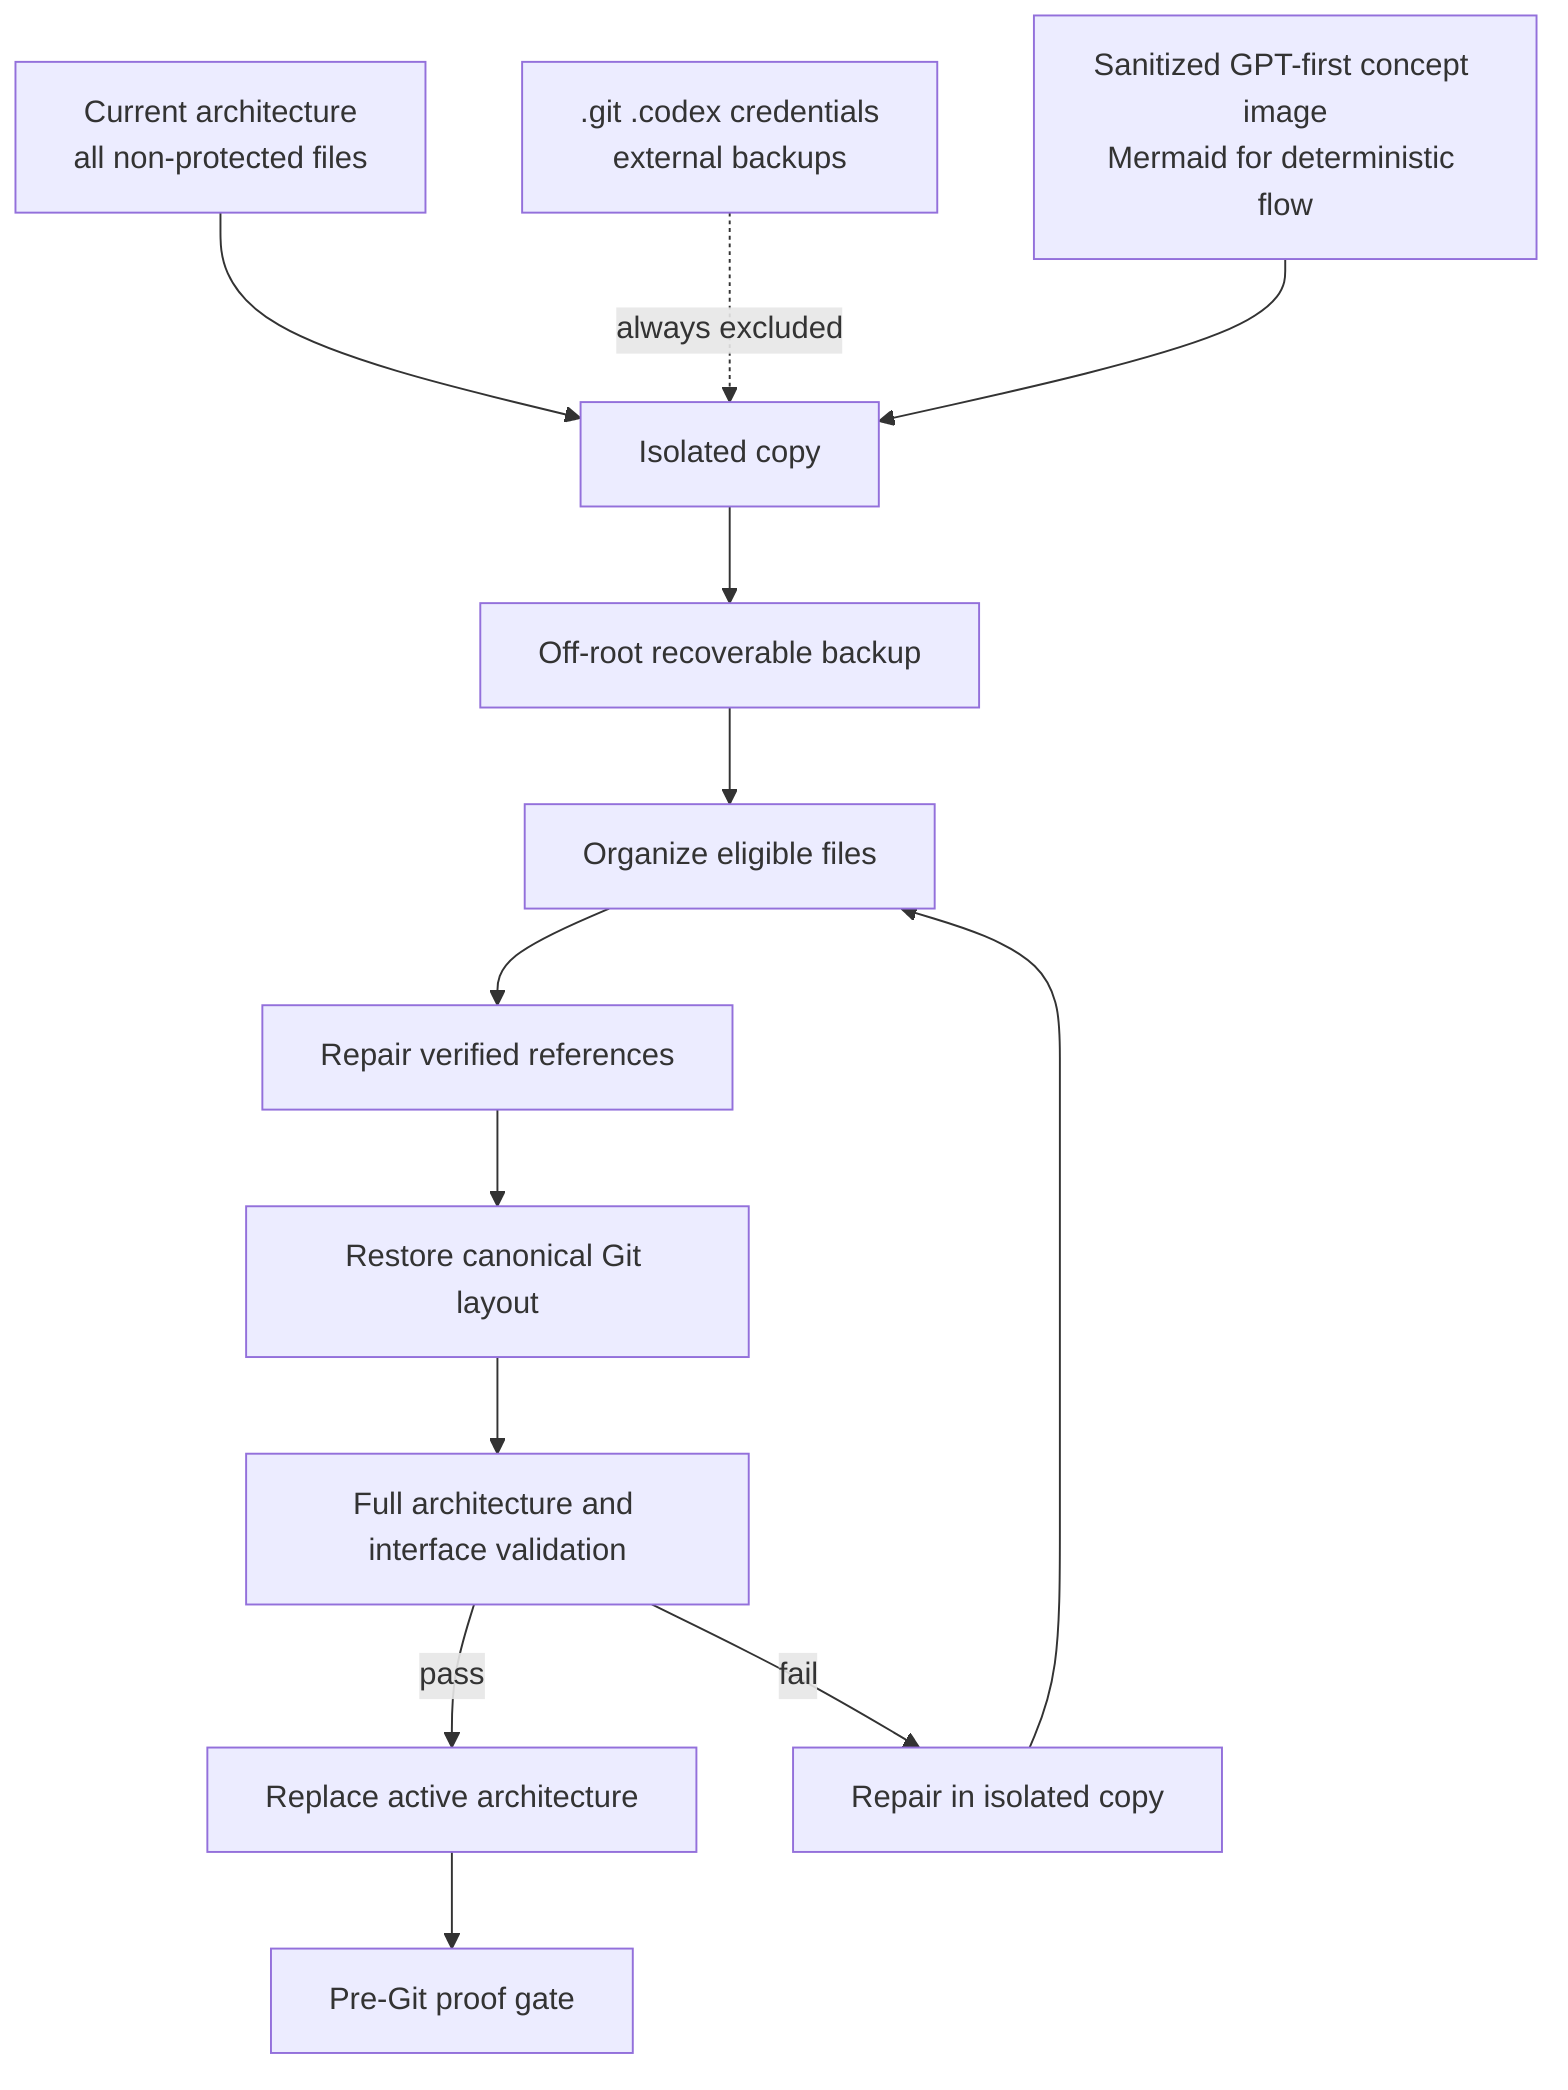
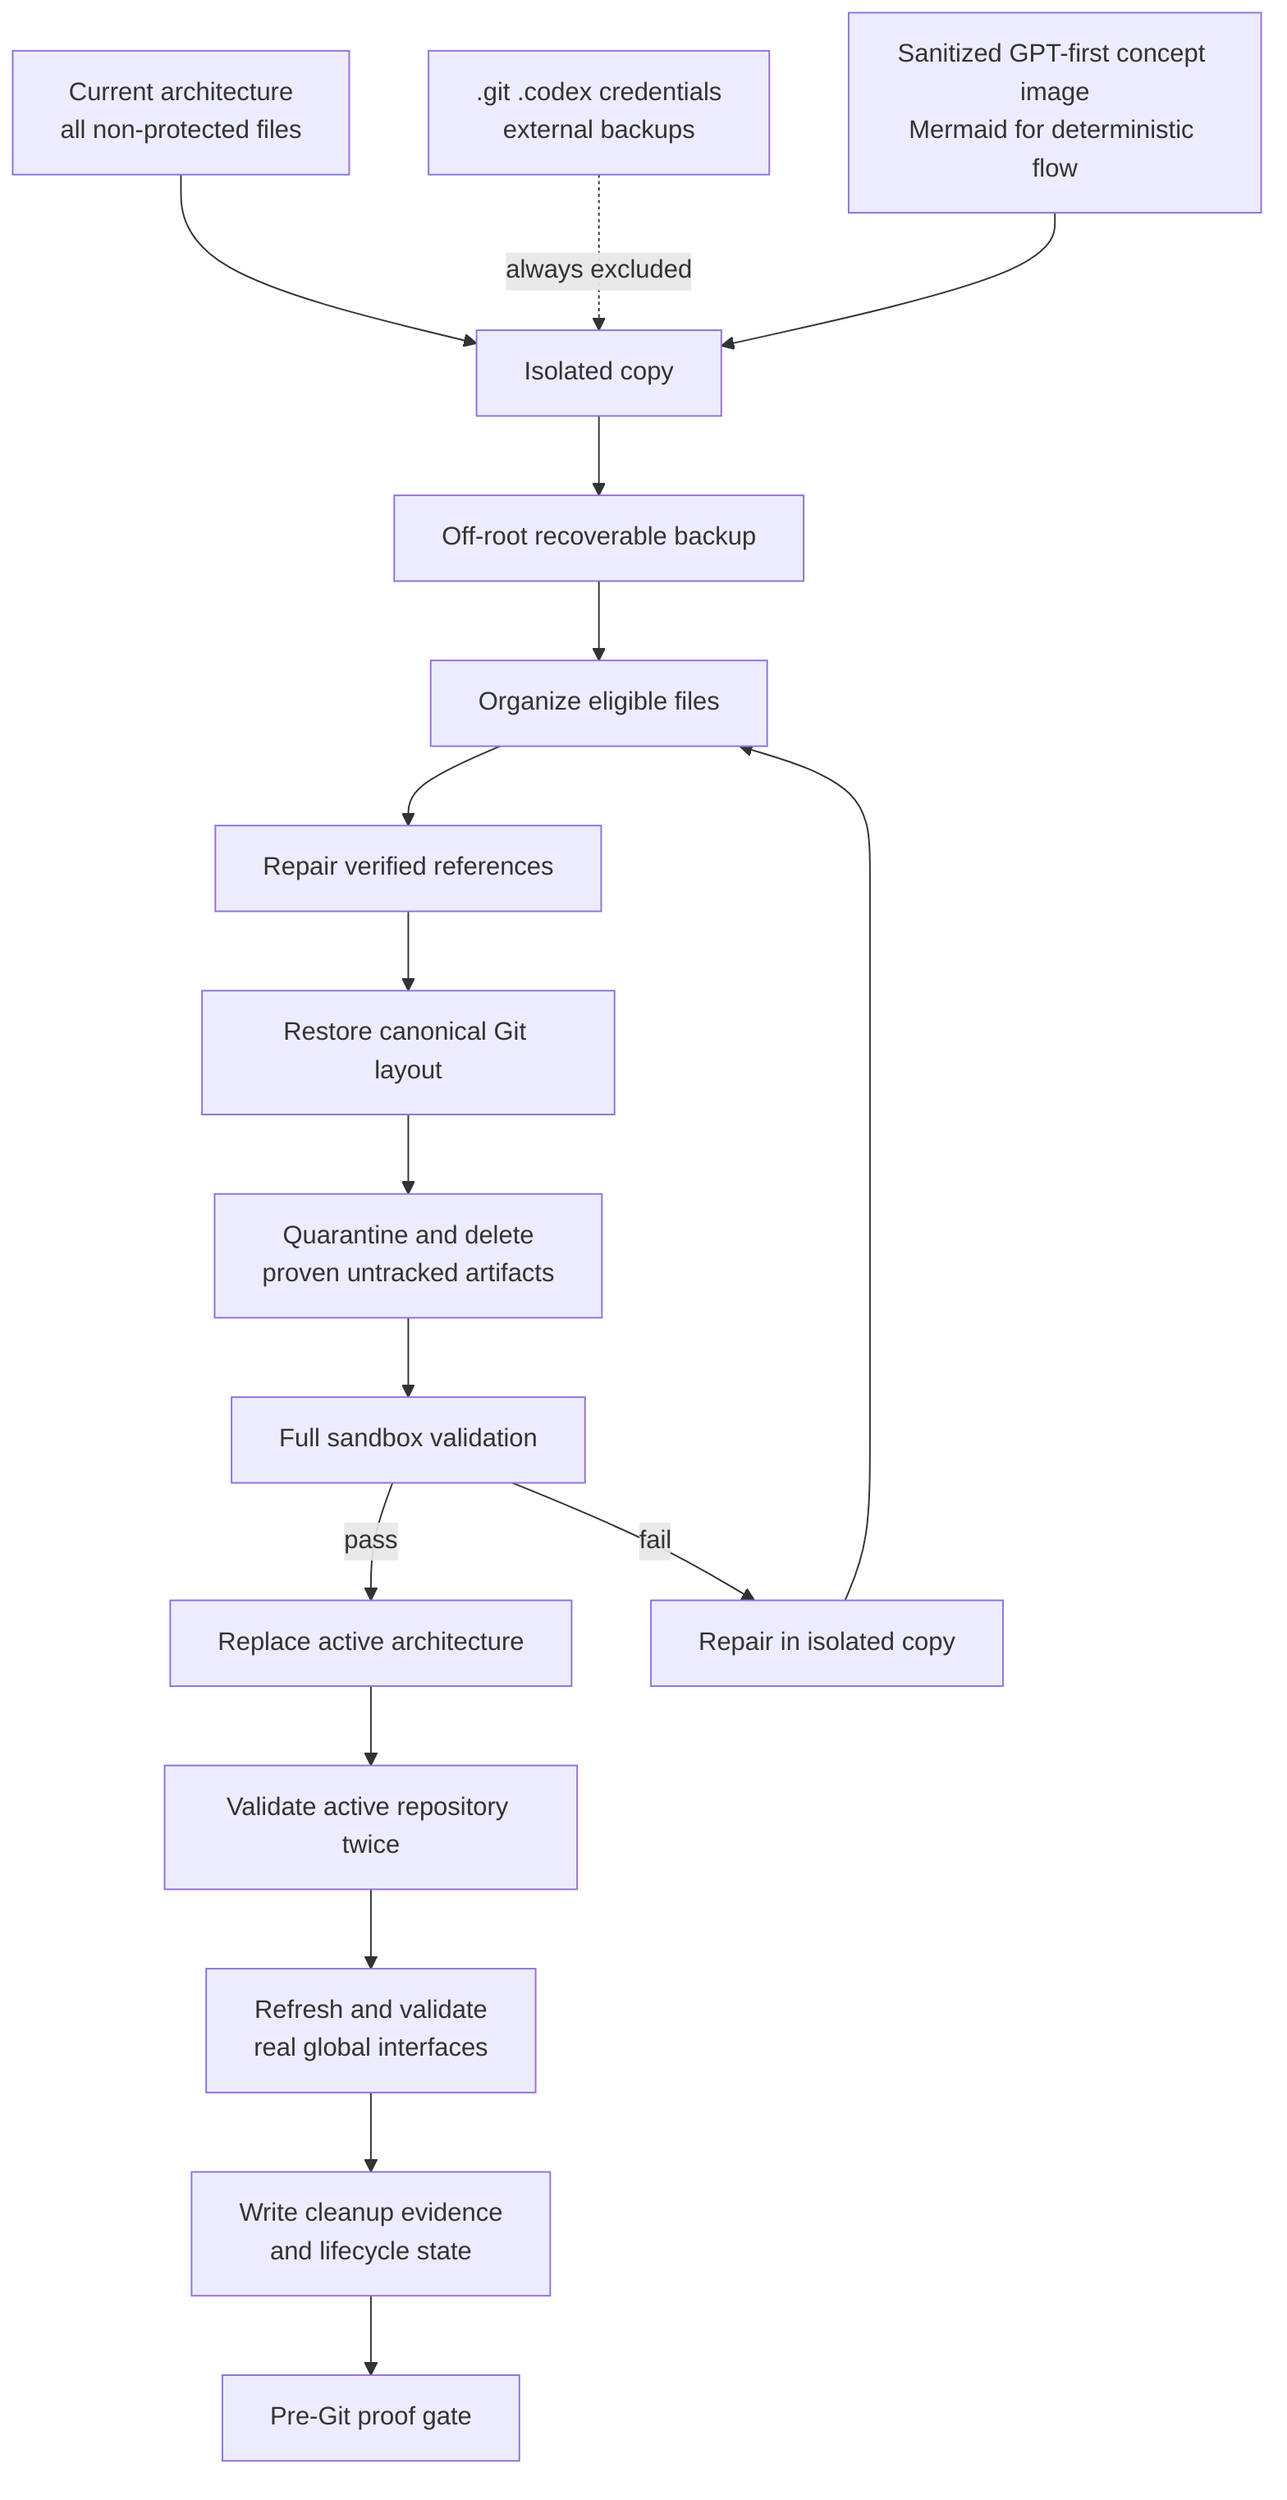
flowchart TD
  C[Current architecture\nall non-protected files] --> I[Isolated copy]
  I --> B[Off-root recoverable backup]
  B --> O[Organize eligible files]
  O --> R[Repair verified references]
  R --> G[Restore canonical Git layout]
-   G --> V[Full architecture and interface validation]
+   G --> D[Quarantine and delete\nproven untracked artifacts]
+   D --> V[Full sandbox validation]
  V -->|pass| P[Replace active architecture]
  V -->|fail| F[Repair in isolated copy]
  F --> O
-   P --> Q[Pre-Git proof gate]
+   P --> A[Validate active repository twice]
+   A --> H[Refresh and validate\nreal global interfaces]
+   H --> W[Write cleanup evidence\nand lifecycle state]
+   W --> Q[Pre-Git proof gate]
  X[.git .codex credentials\nexternal backups] -. always excluded .-> I
  S[Sanitized GPT-first concept image\nMermaid for deterministic flow] --> I
